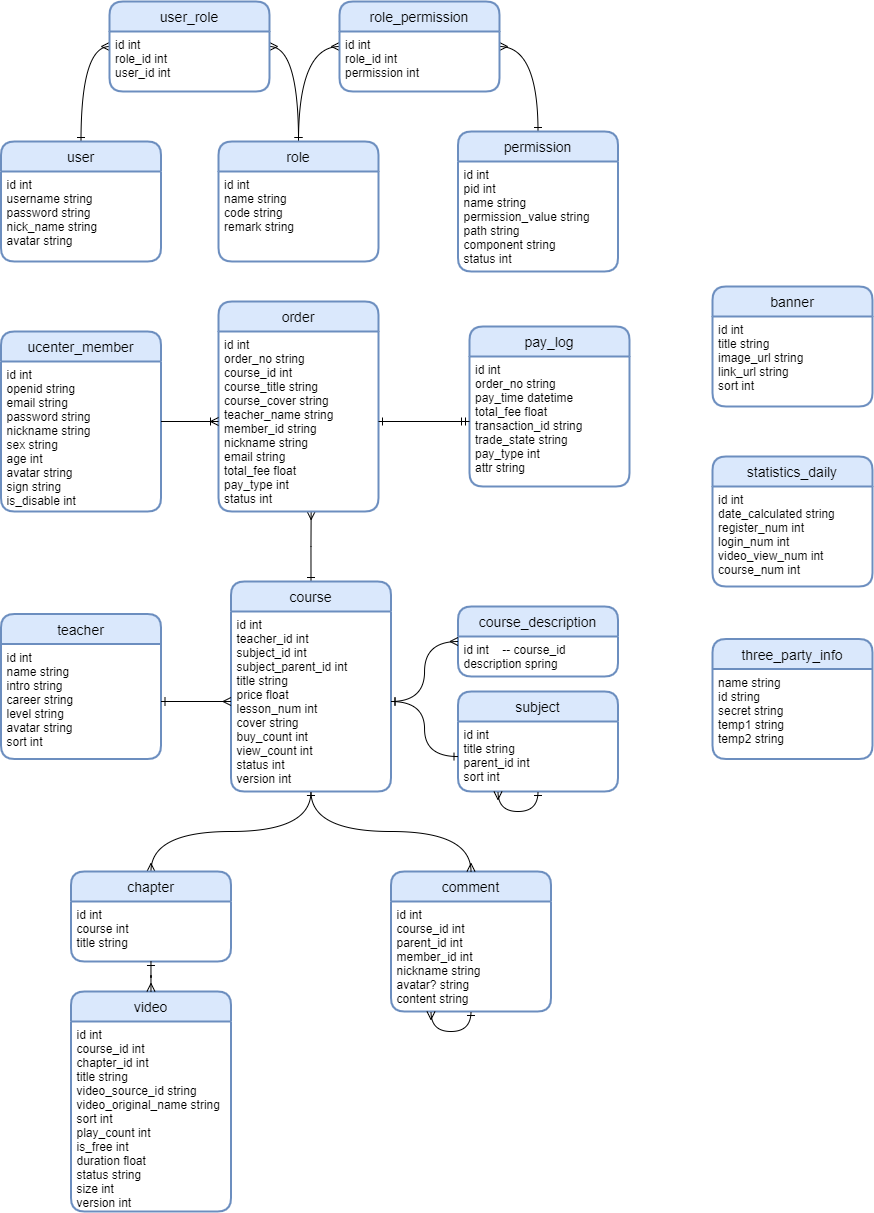
Puuaru/Online-Education keeps this draw.io diagram as document/sql/database_logical_model.png. Above is the earlier version. Source tidied: cells renumbered, new cells last; positions are measured from the earlier drawing's top-left corner, leaving out a move shared by most shapes.
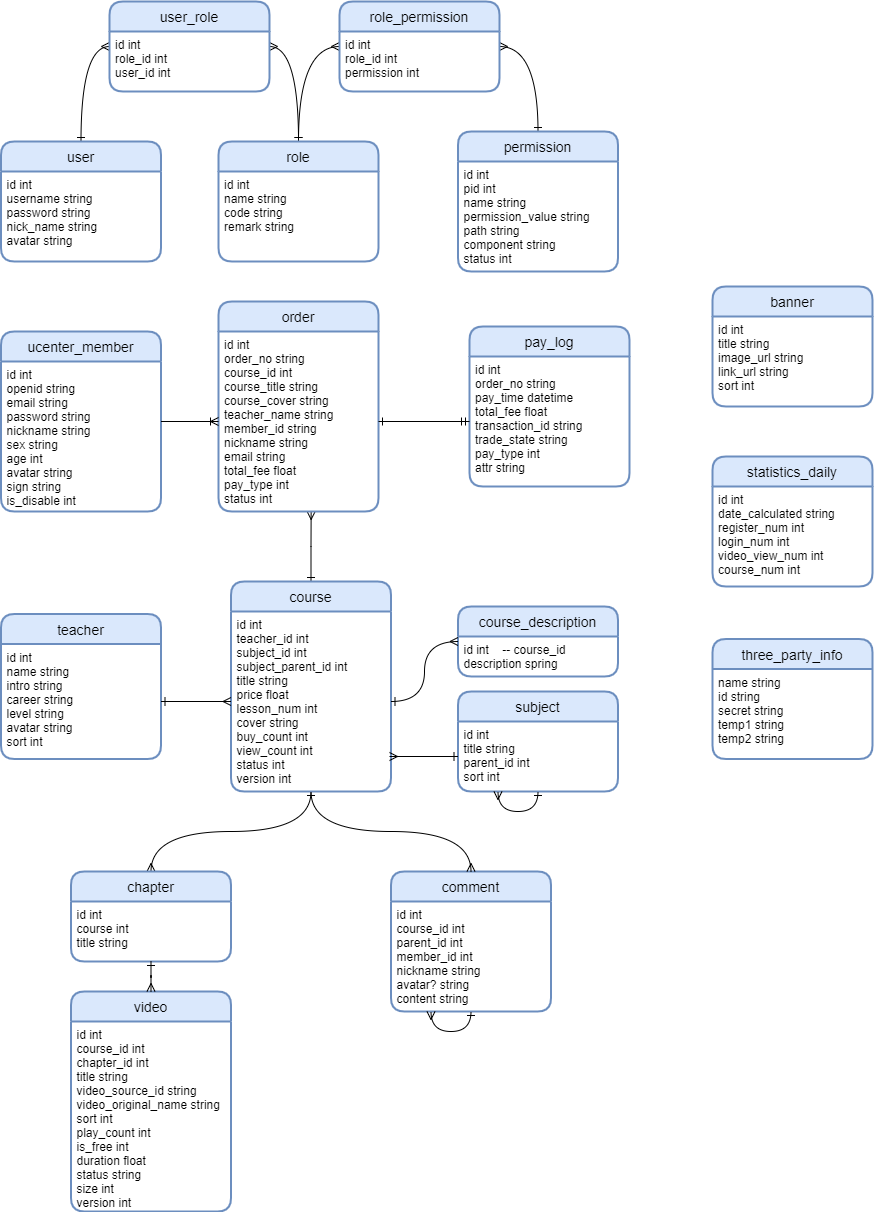
Above is the later version.

The edit, as a diff of the source:
```diff
@@ -128,8 +128,10 @@
     <mxCell id="43" style="edgeStyle=orthogonalEdgeStyle;curved=1;rounded=0;orthogonalLoop=1;jettySize=auto;html=1;exitX=0.5;exitY=1;exitDx=0;exitDy=0;entryX=0.25;entryY=1;entryDx=0;entryDy=0;startArrow=ERone;startFill=0;endArrow=ERmany;endFill=0;shadow=0;" parent="41" edge="1" source="42" target="42">
       <mxGeometry relative="1" as="geometry" />
     </mxCell>
-    <mxCell id="44" style="edgeStyle=orthogonalEdgeStyle;curved=1;rounded=0;jettySize=auto;html=1;startArrow=ERone;startFill=0;endArrow=ERone;endFill=0;shadow=0;" parent="1" edge="1" source="17" target="42">
-      <mxGeometry relative="1" as="geometry" />
+    <mxCell id="44" style="edgeStyle=orthogonalEdgeStyle;curved=1;rounded=0;jettySize=auto;html=1;startArrow=ERmany;startFill=0;endArrow=ERone;endFill=0;shadow=0;" parent="1" edge="1" target="42">
+      <mxGeometry relative="1" as="geometry">
+        <mxPoint x="388" y="755" as="sourcePoint" />
+      </mxGeometry>
     </mxCell>
     <mxCell id="45" style="edgeStyle=orthogonalEdgeStyle;curved=1;rounded=0;jettySize=auto;html=1;entryX=0.5;entryY=0;entryDx=0;entryDy=0;startArrow=ERone;startFill=0;endArrow=ERmany;endFill=0;shadow=0;" parent="1" edge="1" source="17" target="24">
       <mxGeometry relative="1" as="geometry" />
```
